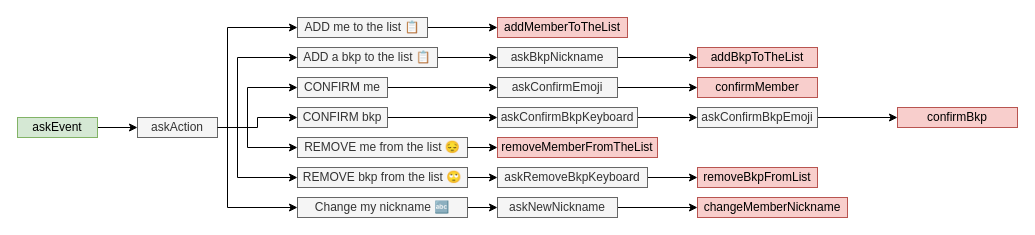
This is VolleyBot.drawio from PoloRiva/VolleyBot, a draw.io file, before an edit. Source tidied: cells renumbered, new cells numbered last; positions are measured from the earlier drawing's top-left corner, leaving out a move shared by most shapes. Both pictures are drawn from the tidied source at 100%, with x=0, y=0 at pixel (17, 17).
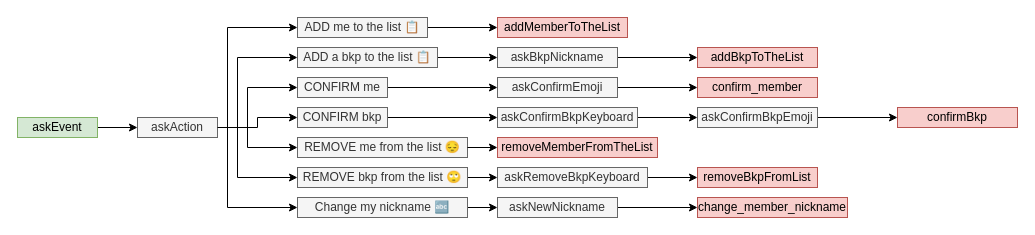
After the change.

Change to the diagram source:
```diff
@@
-    <mxCell id="22" value="changeMemberNickname" style="rounded=0;whiteSpace=wrap;html=1;fillColor=#f8cecc;strokeColor=#b85450;" parent="1" vertex="1">
+    <mxCell id="22" value="change_member_nickname" style="rounded=0;whiteSpace=wrap;html=1;fillColor=#f8cecc;strokeColor=#b85450;" parent="1" vertex="1">
       <mxGeometry x="680" y="180" width="150" height="20" as="geometry" />
     </mxCell>
@@
-    <mxCell id="35" value="confirmMember" style="rounded=0;whiteSpace=wrap;html=1;fillColor=#f8cecc;strokeColor=#b85450;" parent="1" vertex="1">
+    <mxCell id="35" value="confirm_member" style="rounded=0;whiteSpace=wrap;html=1;fillColor=#f8cecc;strokeColor=#b85450;" parent="1" vertex="1">
       <mxGeometry x="680" y="60" width="120" height="20" as="geometry" />
     </mxCell>
```
